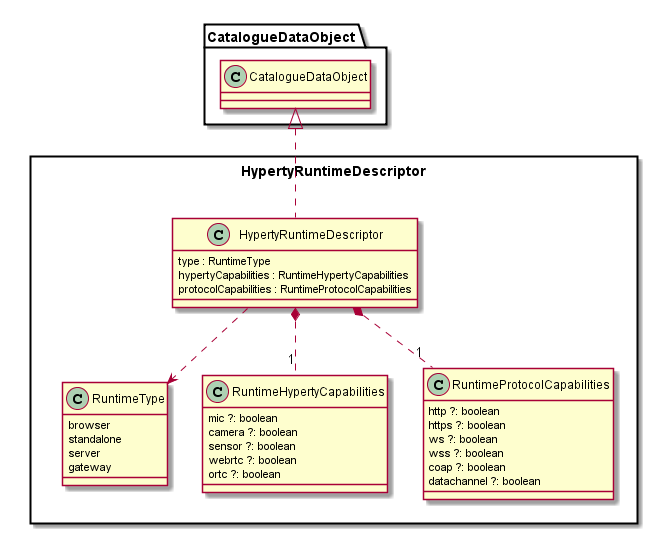
Earlier version of the PlantUML export docs/datamodel/Hyperty-Runtime-Descriptor-Data-Object-Model.png (reTHINK-project/dev-service-framework).
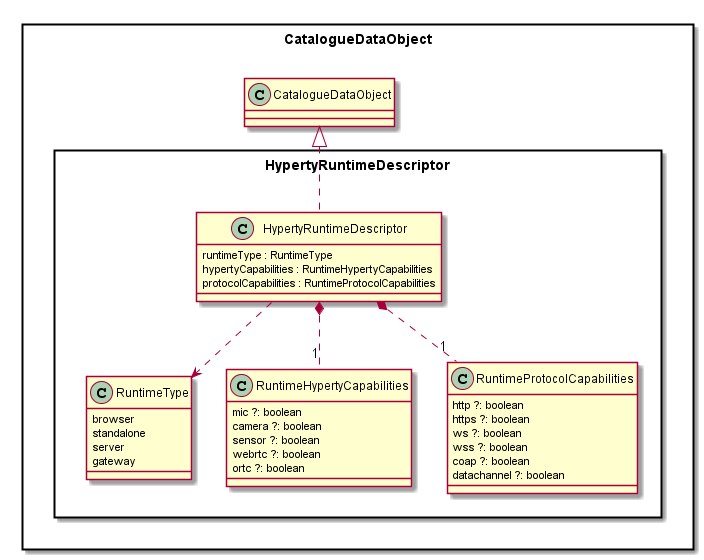
The same diagram one commit later.

Diff of the diagram source:
```diff
@@ -1,9 +1,11 @@
 @startuml "Hyperty-Runtime-Descriptor-Data-Object-Model.png"
+
+package CatalogueDataObject <<Rect>> {
 
 package HypertyRuntimeDescriptor <<Rect>> {
 
 	class HypertyRuntimeDescriptor {
-		type : RuntimeType
+		runtimeType : RuntimeType
 		hypertyCapabilities : RuntimeHypertyCapabilities
 		protocolCapabilities : RuntimeProtocolCapabilities
 	}
@@ -39,4 +41,5 @@
 
 }
 
+}
 @enduml
```
